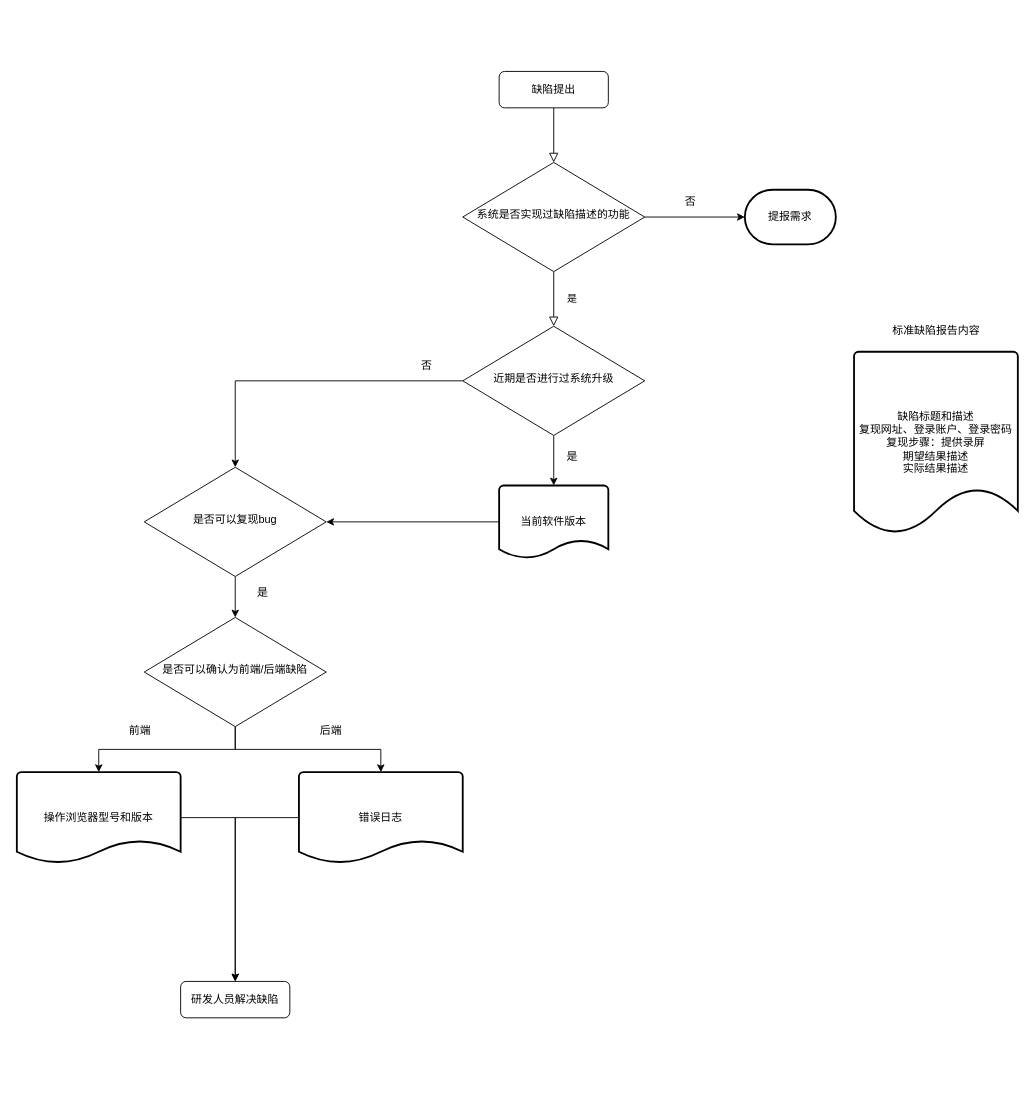
Before: 缺陷解决流程.drawio in javascriptfield/drawio, a draw.io diagram. Source tidied: cells renumbered, new cells numbered last; positions are measured from the earlier drawing's top-left corner, leaving out a move shared by most shapes. Both pictures are drawn from the tidied source at 91%, with x=0, y=0 at pixel (16, 71).
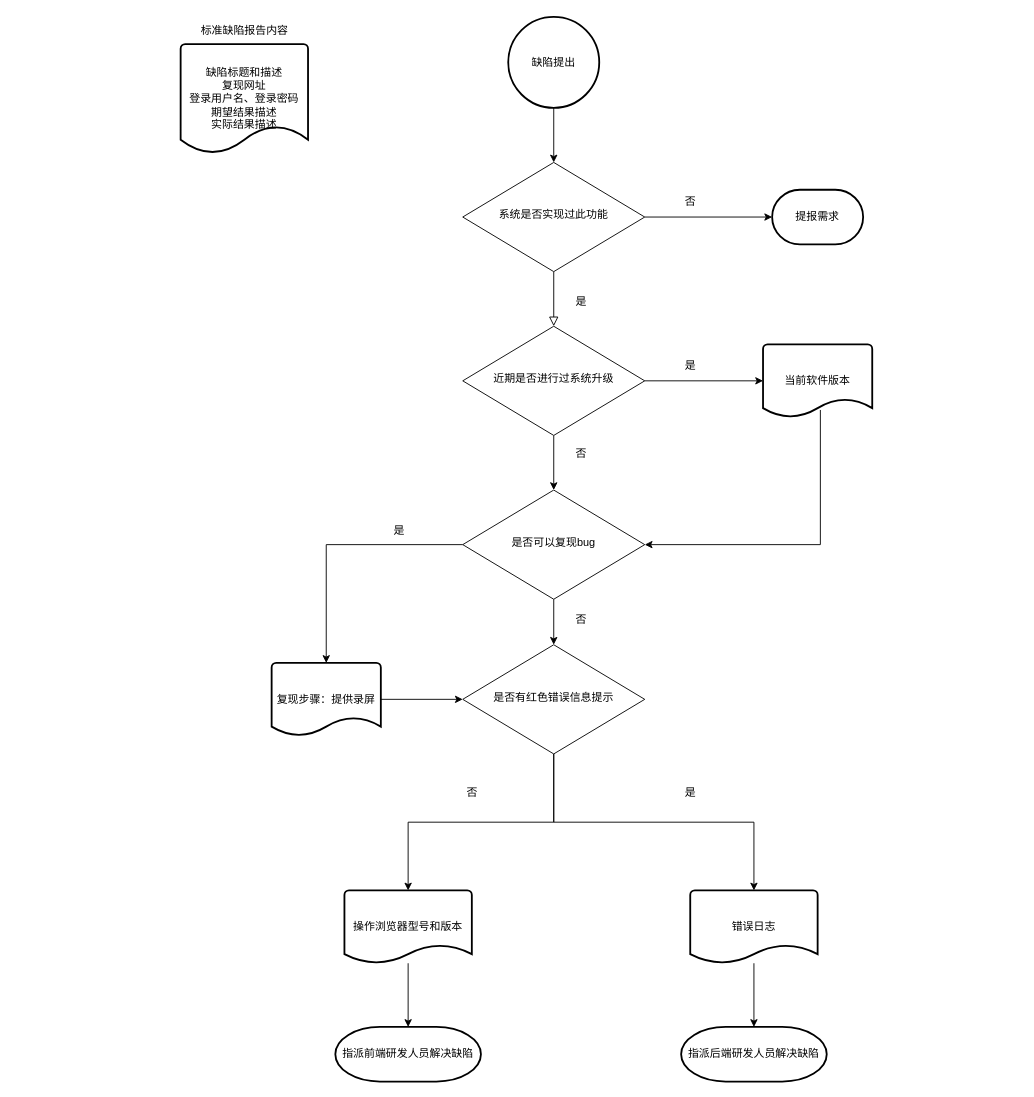
Above is the later version.

Commit message (it also covers changes not shown here):
更新缺陷解决流程.drawio

Unchanged cells that the change refers to:
```xml
<mxCell id="9" value="近期是否进行过系统升级" style="rhombus;whiteSpace=wrap;html=1;shadow=0;fontFamily=Helvetica;fontSize=12;align=center;strokeWidth=1;spacing=6;spacingTop=-4;" parent="1" vertex="1">
  <mxGeometry x="490" y="280" width="200" height="120" as="geometry" />
</mxCell>
```

What changed in the source:
```diff
@@
-    <mxCell id="2" style="rounded=0;html=1;jettySize=auto;fontSize=11;endArrow=block;endFill=0;endSize=8;strokeWidth=1;shadow=0;labelBackgroundColor=none;edgeStyle=orthogonalEdgeStyle;" parent="1" edge="1" source="3" target="6">
-      <mxGeometry relative="1" as="geometry" />
-    </mxCell>
-    <mxCell id="3" value="缺陷提出" style="rounded=1;whiteSpace=wrap;html=1;fontSize=12;glass=0;strokeWidth=1;shadow=0;" parent="1" vertex="1">
-      <mxGeometry x="530" width="120" height="40" as="geometry" />
-    </mxCell>
-    <mxCell id="4" value="是" style="rounded=0;html=1;jettySize=auto;fontSize=11;endArrow=block;endFill=0;endSize=8;strokeWidth=1;shadow=0;labelBackgroundColor=none;edgeStyle=orthogonalEdgeStyle;" parent="1" edge="1" source="6" target="9">
-      <mxGeometry y="20" relative="1" as="geometry" />
+    <mxCell id="4" style="rounded=0;html=1;jettySize=auto;fontSize=11;endArrow=block;endFill=0;endSize=8;strokeWidth=1;shadow=0;labelBackgroundColor=none;edgeStyle=orthogonalEdgeStyle;" parent="1" edge="1" source="6" target="9">
+      <mxGeometry x="0.33" y="30" relative="1" as="geometry" />
     </mxCell>
@@
-    <mxCell id="6" value="系统是否实现过缺陷描述的功能" style="rhombus;whiteSpace=wrap;html=1;shadow=0;fontFamily=Helvetica;fontSize=12;align=center;strokeWidth=1;spacing=6;spacingTop=-4;" parent="1" vertex="1">
+    <mxCell id="6" value="系统是否实现过此功能" style="rhombus;whiteSpace=wrap;html=1;shadow=0;fontFamily=Helvetica;fontSize=12;align=center;strokeWidth=1;spacing=6;spacingTop=-4;" parent="1" vertex="1">
       <mxGeometry x="490" y="100" width="200" height="120" as="geometry" />
     </mxCell>
-    <mxCell id="7" style="edgeStyle=orthogonalEdgeStyle;rounded=0;jettySize=auto;html=1;exitX=0.5;exitY=1;exitDx=0;exitDy=0;entryX=0.5;entryY=0;entryDx=0;entryDy=0;entryPerimeter=0;" parent="1" edge="1" source="9" target="29">
+    <mxCell id="7" style="edgeStyle=orthogonalEdgeStyle;rounded=0;jettySize=auto;html=1;exitX=1;exitY=0.5;exitDx=0;exitDy=0;entryX=0;entryY=0.5;entryDx=0;entryDy=0;entryPerimeter=0;" parent="1" edge="1" source="9" target="29">
       <mxGeometry relative="1" as="geometry" />
     </mxCell>
-    <mxCell id="8" style="edgeStyle=orthogonalEdgeStyle;rounded=0;jettySize=auto;html=1;exitX=0;exitY=0.5;exitDx=0;exitDy=0;entryX=0.5;entryY=0;entryDx=0;entryDy=0;" parent="1" edge="1" source="9" target="13">
+    <mxCell id="8" style="edgeStyle=orthogonalEdgeStyle;rounded=0;jettySize=auto;html=1;exitX=0.5;exitY=1;exitDx=0;exitDy=0;entryX=0.5;entryY=0;entryDx=0;entryDy=0;" parent="1" edge="1" source="9" target="13">
       <mxGeometry relative="1" as="geometry" />
     </mxCell>
@@
-    <mxCell id="10" value="研发人员解决缺陷" style="rounded=1;whiteSpace=wrap;html=1;fontSize=12;glass=0;strokeWidth=1;shadow=0;" parent="1" vertex="1">
-      <mxGeometry x="180" y="1000" width="120" height="40" as="geometry" />
-    </mxCell>
     <mxCell id="11" value="否" style="text;html=1;align=center;verticalAlign=middle;strokeColor=none;fillColor=none;" parent="1" vertex="1">
-      <mxGeometry x="430" y="308" width="40" height="30" as="geometry" />
+      <mxGeometry x="600" y="405" width="40" height="30" as="geometry" />
     </mxCell>
-    <mxCell id="12" style="edgeStyle=orthogonalEdgeStyle;rounded=0;jettySize=auto;html=1;exitX=0.5;exitY=1;exitDx=0;exitDy=0;entryX=0.5;entryY=0;entryDx=0;entryDy=0;" parent="1" edge="1" source="13" target="18">
-      <mxGeometry relative="1" as="geometry" />
-    </mxCell>
+    <mxCell id="31" style="edgeStyle=orthogonalEdgeStyle;rounded=0;jettySize=auto;html=1;exitX=0.5;exitY=1;exitDx=0;exitDy=0;entryX=0.5;entryY=0;entryDx=0;entryDy=0;" parent="1" edge="1" source="13" target="39">
+      <mxGeometry relative="1" as="geometry" />
+    </mxCell>
+    <mxCell id="32" style="edgeStyle=orthogonalEdgeStyle;rounded=0;jettySize=auto;html=1;exitX=0;exitY=0.5;exitDx=0;exitDy=0;entryX=0.5;entryY=0;entryDx=0;entryDy=0;entryPerimeter=0;" parent="1" edge="1" source="13" target="42">
+      <mxGeometry relative="1" as="geometry" />
+    </mxCell>
     <mxCell id="13" value="是否可以复现bug" style="rhombus;whiteSpace=wrap;html=1;shadow=0;fontFamily=Helvetica;fontSize=12;align=center;strokeWidth=1;spacing=6;spacingTop=-4;" parent="1" vertex="1">
-      <mxGeometry x="140" y="435" width="200" height="120" as="geometry" />
+      <mxGeometry x="490" y="460" width="200" height="120" as="geometry" />
     </mxCell>
     <mxCell id="14" value="提报需求" style="strokeWidth=2;html=1;shape=mxgraph.flowchart.terminator;whiteSpace=wrap;" parent="1" vertex="1">
-      <mxGeometry x="800" y="130" width="100" height="60" as="geometry" />
+      <mxGeometry x="830" y="130" width="100" height="60" as="geometry" />
     </mxCell>
@@
-    <mxCell id="16" style="edgeStyle=orthogonalEdgeStyle;rounded=0;jettySize=auto;html=1;exitX=0.5;exitY=1;exitDx=0;exitDy=0;entryX=0.5;entryY=0;entryDx=0;entryDy=0;entryPerimeter=0;" parent="1" edge="1" source="18" target="21">
-      <mxGeometry relative="1" as="geometry" />
-    </mxCell>
-    <mxCell id="17" style="edgeStyle=orthogonalEdgeStyle;rounded=0;jettySize=auto;html=1;exitX=0.5;exitY=1;exitDx=0;exitDy=0;entryX=0.5;entryY=0;entryDx=0;entryDy=0;entryPerimeter=0;" parent="1" edge="1" source="18" target="23">
-      <mxGeometry relative="1" as="geometry" />
-    </mxCell>
-    <mxCell id="18" value="是否可以确认为前端/后端缺陷" style="rhombus;whiteSpace=wrap;html=1;shadow=0;fontFamily=Helvetica;fontSize=12;align=center;strokeWidth=1;spacing=6;spacingTop=-4;" parent="1" vertex="1">
-      <mxGeometry x="140" y="600" width="200" height="120" as="geometry" />
-    </mxCell>
     <mxCell id="19" value="是" style="text;html=1;align=center;verticalAlign=middle;strokeColor=none;fillColor=none;" parent="1" vertex="1">
-      <mxGeometry x="250" y="558" width="40" height="30" as="geometry" />
+      <mxGeometry x="400" y="490" width="40" height="30" as="geometry" />
     </mxCell>
-    <mxCell id="20" style="edgeStyle=orthogonalEdgeStyle;rounded=0;jettySize=auto;html=1;exitX=1;exitY=0.5;exitDx=0;exitDy=0;exitPerimeter=0;entryX=0.5;entryY=0;entryDx=0;entryDy=0;" parent="1" edge="1" source="21" target="10">
-      <mxGeometry relative="1" as="geometry" />
-    </mxCell>
+    <mxCell id="33" style="edgeStyle=orthogonalEdgeStyle;rounded=0;jettySize=auto;html=1;entryX=0.5;entryY=0;entryDx=0;entryDy=0;entryPerimeter=0;" parent="1" edge="1" source="21" target="35">
+      <mxGeometry relative="1" as="geometry" />
+    </mxCell>
     <mxCell id="21" value="操作浏览器型号和版本" style="strokeWidth=2;html=1;shape=mxgraph.flowchart.document2;whiteSpace=wrap;size=0.25;" parent="1" vertex="1">
-      <mxGeometry y="770" width="180" height="100" as="geometry" />
+      <mxGeometry x="360" y="900" width="140" height="80" as="geometry" />
     </mxCell>
-    <mxCell id="22" style="edgeStyle=orthogonalEdgeStyle;rounded=0;jettySize=auto;html=1;exitX=0;exitY=0.5;exitDx=0;exitDy=0;exitPerimeter=0;entryX=0.5;entryY=0;entryDx=0;entryDy=0;" parent="1" edge="1" source="23" target="10">
-      <mxGeometry relative="1" as="geometry" />
-    </mxCell>
+    <mxCell id="34" style="edgeStyle=orthogonalEdgeStyle;rounded=0;jettySize=auto;html=1;entryX=0.5;entryY=0;entryDx=0;entryDy=0;entryPerimeter=0;" parent="1" edge="1" source="23" target="44">
+      <mxGeometry relative="1" as="geometry" />
+    </mxCell>
     <mxCell id="23" value="错误日志" style="strokeWidth=2;html=1;shape=mxgraph.flowchart.document2;whiteSpace=wrap;size=0.25;" parent="1" vertex="1">
-      <mxGeometry x="310" y="770" width="180" height="100" as="geometry" />
+      <mxGeometry x="740" y="900" width="140" height="80" as="geometry" />
     </mxCell>
-    <mxCell id="24" value="前端" style="text;html=1;align=center;verticalAlign=middle;strokeColor=none;fillColor=none;" parent="1" vertex="1">
-      <mxGeometry x="110" y="710" width="50" height="30" as="geometry" />
-    </mxCell>
-    <mxCell id="25" value="后端" style="text;html=1;align=center;verticalAlign=middle;strokeColor=none;fillColor=none;" parent="1" vertex="1">
-      <mxGeometry x="320" y="710" width="50" height="30" as="geometry" />
-    </mxCell>
-    <mxCell id="26" value="缺陷标题和描述&lt;br&gt;复现网址、登录账户、登录密码&lt;br&gt;复现步骤：提供录屏&lt;br&gt;期望结果描述&lt;br&gt;实际结果描述" style="strokeWidth=2;html=1;shape=mxgraph.flowchart.document2;whiteSpace=wrap;size=0.25;" parent="1" vertex="1">
-      <mxGeometry x="920" y="308" width="180" height="200" as="geometry" />
+    <mxCell id="26" value="缺陷标题和描述&lt;br&gt;复现网址&lt;br&gt;登录用户名、登录密码&lt;br&gt;期望结果描述&lt;br&gt;实际结果描述" style="strokeWidth=2;html=1;shape=mxgraph.flowchart.document2;whiteSpace=wrap;size=0.25;" parent="1" vertex="1">
+      <mxGeometry x="180" y="-30" width="140" height="120" as="geometry" />
     </mxCell>
     <mxCell id="27" value="标准缺陷报告内容" style="text;html=1;align=center;verticalAlign=middle;strokeColor=none;fillColor=none;" parent="1" vertex="1">
-      <mxGeometry x="950" y="270" width="120" height="30" as="geometry" />
+      <mxGeometry x="190" y="-60" width="120" height="30" as="geometry" />
     </mxCell>
-    <mxCell id="28" style="edgeStyle=orthogonalEdgeStyle;rounded=0;jettySize=auto;html=1;exitX=0;exitY=0.5;exitDx=0;exitDy=0;exitPerimeter=0;entryX=1;entryY=0.5;entryDx=0;entryDy=0;" parent="1" edge="1" source="29" target="13">
-      <mxGeometry relative="1" as="geometry" />
+    <mxCell id="28" style="edgeStyle=orthogonalEdgeStyle;rounded=0;jettySize=auto;html=1;entryX=1;entryY=0.5;entryDx=0;entryDy=0;exitX=0.525;exitY=0.9;exitDx=0;exitDy=0;exitPerimeter=0;" parent="1" edge="1" source="29" target="13">
+      <mxGeometry relative="1" as="geometry">
+        <Array as="points">
+          <mxPoint x="883" y="520" />
+        </Array>
+      </mxGeometry>
     </mxCell>
     <mxCell id="29" value="当前软件版本" style="strokeWidth=2;html=1;shape=mxgraph.flowchart.document2;whiteSpace=wrap;size=0.25;" parent="1" vertex="1">
-      <mxGeometry x="530" y="455" width="120" height="80" as="geometry" />
+      <mxGeometry x="820" y="300" width="120" height="80" as="geometry" />
     </mxCell>
     <mxCell id="30" value="是" style="text;html=1;align=center;verticalAlign=middle;strokeColor=none;fillColor=none;" parent="1" vertex="1">
-      <mxGeometry x="590" y="408" width="40" height="30" as="geometry" />
+      <mxGeometry x="720" y="308" width="40" height="30" as="geometry" />
     </mxCell>
+    <mxCell id="35" value="指派前端研发人员解决缺陷" style="strokeWidth=2;html=1;shape=mxgraph.flowchart.terminator;whiteSpace=wrap;" parent="1" vertex="1">
+      <mxGeometry x="350" y="1050" width="160" height="60" as="geometry" />
+    </mxCell>
+    <mxCell id="2" style="edgeStyle=orthogonalEdgeStyle;rounded=0;jettySize=auto;html=1;exitX=0.5;exitY=1;exitDx=0;exitDy=0;exitPerimeter=0;entryX=0.5;entryY=0;entryDx=0;entryDy=0;" parent="1" edge="1" source="3" target="6">
+      <mxGeometry relative="1" as="geometry" />
+    </mxCell>
+    <mxCell id="3" value="缺陷提出" style="strokeWidth=2;html=1;shape=mxgraph.flowchart.start_2;whiteSpace=wrap;" parent="1" vertex="1">
+      <mxGeometry x="540" y="-60" width="100" height="100" as="geometry" />
+    </mxCell>
+    <mxCell id="36" value="是&lt;br&gt;" style="text;html=1;align=center;verticalAlign=middle;strokeColor=none;fillColor=none;" parent="1" vertex="1">
+      <mxGeometry x="600" y="238" width="40" height="30" as="geometry" />
+    </mxCell>
+    <mxCell id="37" style="edgeStyle=orthogonalEdgeStyle;rounded=0;jettySize=auto;html=1;exitX=0.5;exitY=1;exitDx=0;exitDy=0;entryX=0.5;entryY=0;entryDx=0;entryDy=0;entryPerimeter=0;" parent="1" edge="1" source="39" target="21">
+      <mxGeometry relative="1" as="geometry" />
+    </mxCell>
+    <mxCell id="38" style="edgeStyle=orthogonalEdgeStyle;rounded=0;jettySize=auto;html=1;exitX=0.5;exitY=1;exitDx=0;exitDy=0;entryX=0.5;entryY=0;entryDx=0;entryDy=0;entryPerimeter=0;" parent="1" edge="1" source="39" target="23">
+      <mxGeometry relative="1" as="geometry" />
+    </mxCell>
+    <mxCell id="39" value="是否有红色错误信息提示" style="rhombus;whiteSpace=wrap;html=1;shadow=0;fontFamily=Helvetica;fontSize=12;align=center;strokeWidth=1;spacing=6;spacingTop=-4;" parent="1" vertex="1">
+      <mxGeometry x="490" y="630" width="200" height="120" as="geometry" />
+    </mxCell>
+    <mxCell id="40" value="否" style="text;html=1;align=center;verticalAlign=middle;strokeColor=none;fillColor=none;" parent="1" vertex="1">
+      <mxGeometry x="600" y="588" width="40" height="30" as="geometry" />
+    </mxCell>
+    <mxCell id="41" style="edgeStyle=orthogonalEdgeStyle;rounded=0;jettySize=auto;html=1;entryX=0;entryY=0.5;entryDx=0;entryDy=0;" parent="1" edge="1" source="42" target="39">
+      <mxGeometry relative="1" as="geometry" />
+    </mxCell>
+    <mxCell id="42" value="复现步骤：提供录屏" style="strokeWidth=2;html=1;shape=mxgraph.flowchart.document2;whiteSpace=wrap;size=0.25;" parent="1" vertex="1">
+      <mxGeometry x="280" y="650" width="120" height="80" as="geometry" />
+    </mxCell>
+    <mxCell id="43" value="否" style="text;html=1;align=center;verticalAlign=middle;strokeColor=none;fillColor=none;" parent="1" vertex="1">
+      <mxGeometry x="480" y="778" width="40" height="30" as="geometry" />
+    </mxCell>
+    <mxCell id="44" value="指派后端研发人员解决缺陷" style="strokeWidth=2;html=1;shape=mxgraph.flowchart.terminator;whiteSpace=wrap;" parent="1" vertex="1">
+      <mxGeometry x="730" y="1050" width="160" height="60" as="geometry" />
+    </mxCell>
+    <mxCell id="45" value="是" style="text;html=1;align=center;verticalAlign=middle;strokeColor=none;fillColor=none;" parent="1" vertex="1">
+      <mxGeometry x="720" y="778" width="40" height="30" as="geometry" />
+    </mxCell>
```
